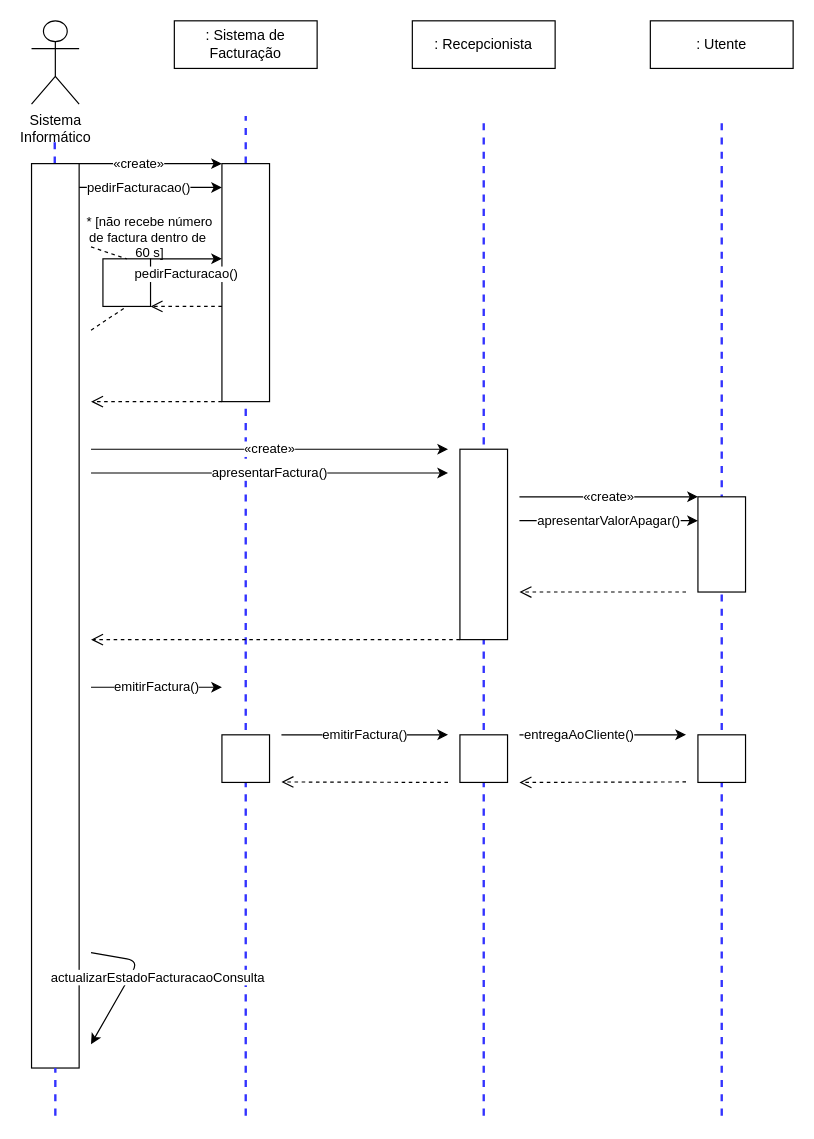
This is page "Facturação" (1 of 2) of Diagramas de Sequência - Atribuir Vaga e Facturação.drawio from carlan92/Hospital_Management_System, a draw.io file, before an edit. Source tidied: cells renumbered, new cells numbered last; positions are measured from the earlier drawing's top-left corner, leaving out a move shared by most shapes. Both pictures are drawn from the tidied source at 119%, with x=0, y=0 at pixel (31, 20).
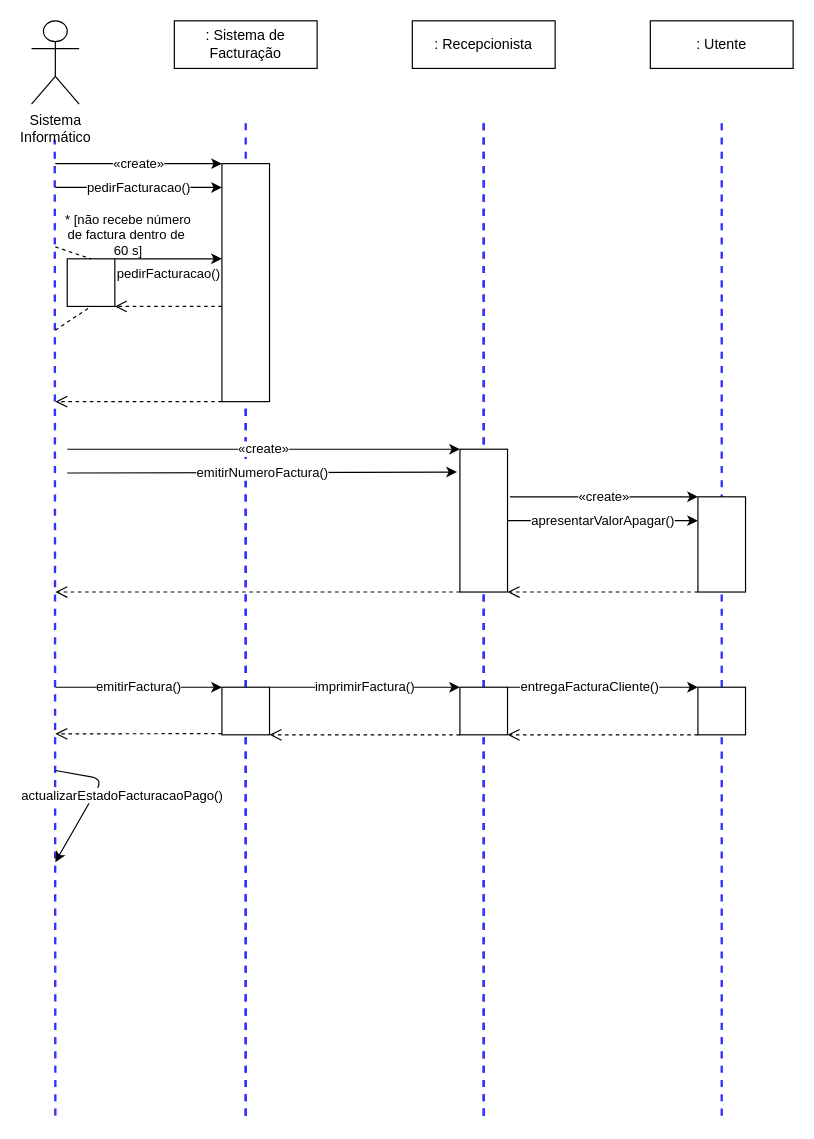
The same page after the edit.

Commit message:
#1 diagrama de sequencia facturação e vagas

The change refers to these unchanged cells:
```xml
<mxCell id="11" style="rounded=0;whiteSpace=wrap;html=1;" parent="1" vertex="1">
  <mxGeometry x="160" y="120" width="40" height="200" as="geometry" />
</mxCell>
<mxCell id="20" style="rounded=0;whiteSpace=wrap;html=1;" parent="1" vertex="1">
  <mxGeometry x="560" y="400" width="40" height="80" as="geometry" />
</mxCell>
```

What changed in the source:
```diff
@@
+    <mxCell id="39" style="endArrow=none;dashed=1;html=1;strokeWidth=2;fillColor=#dae8fc;strokeColor=#3333FF;" parent="1" edge="1">
+      <mxGeometry relative="1" as="geometry">
+        <mxPoint x="380" y="920" as="sourcePoint" />
+        <mxPoint x="380" y="80" as="targetPoint" />
+      </mxGeometry>
+    </mxCell>
+    <mxCell id="40" style="endArrow=none;dashed=1;html=1;strokeWidth=2;fillColor=#dae8fc;strokeColor=#3333FF;" parent="1" edge="1">
+      <mxGeometry relative="1" as="geometry">
+        <mxPoint x="180" y="920" as="sourcePoint" />
+        <mxPoint x="180" y="80" as="targetPoint" />
+      </mxGeometry>
+    </mxCell>
-    <mxCell id="2" style="endArrow=none;dashed=1;html=1;strokeWidth=2;fillColor=#dae8fc;strokeColor=#3333FF;" parent="1" edge="1" source="25">
+    <mxCell id="2" style="endArrow=none;dashed=1;html=1;strokeWidth=2;fillColor=#dae8fc;strokeColor=#3333FF;" parent="1" edge="1">
       <mxGeometry relative="1" as="geometry">
+        <mxPoint x="20" y="920" as="sourcePoint" />
         <mxPoint x="19.5" y="100" as="targetPoint" />
       </mxGeometry>
     </mxCell>
@@
-    <mxCell id="7" style="endArrow=none;dashed=1;html=1;strokeWidth=2;fillColor=#dae8fc;strokeColor=#3333FF;" parent="1" edge="1" source="11">
-      <mxGeometry relative="1" as="geometry">
-        <mxPoint x="180" y="80" as="targetPoint" />
-      </mxGeometry>
-    </mxCell>
@@
     <mxCell id="13" style="rounded=0;whiteSpace=wrap;html=1;" parent="1" vertex="1">
-      <mxGeometry x="60" y="200" width="40" height="40" as="geometry" />
+      <mxGeometry x="30" y="200" width="40" height="40" as="geometry" />
     </mxCell>
@@
     <mxCell id="15" style="endArrow=open;dashed=1;html=1;strokeColor=#000000;strokeWidth=1;endFill=0;endSize=8;startSize=8;exitX=0;exitY=1;exitDx=0;exitDy=0;" parent="1" edge="1">
       <mxGeometry relative="1" as="geometry">
         <mxPoint x="160" y="320" as="sourcePoint" />
-        <mxPoint x="50" y="320" as="targetPoint" />
+        <mxPoint x="20" y="320" as="targetPoint" />
       </mxGeometry>
     </mxCell>
-    <mxCell id="16" value="«create»" style="endArrow=classic;html=1;strokeWidth=1;" parent="1" edge="1">
+    <mxCell id="16" value="«create»" style="endArrow=classic;html=1;strokeWidth=1;entryX=0;entryY=0;entryDx=0;entryDy=0;" parent="1" edge="1" target="17">
       <mxGeometry relative="1" as="geometry">
-        <mxPoint x="50" y="360" as="sourcePoint" />
-        <mxPoint x="350" y="360" as="targetPoint" />
+        <mxPoint x="30" y="360" as="sourcePoint" />
       </mxGeometry>
     </mxCell>
     <mxCell id="17" style="rounded=0;whiteSpace=wrap;html=1;" parent="1" vertex="1">
-      <mxGeometry x="360" y="360" width="40" height="160" as="geometry" />
+      <mxGeometry x="360" y="360" width="40" height="120" as="geometry" />
     </mxCell>
-    <mxCell id="18" value="apresentarFactura()" style="endArrow=classic;html=1;strokeWidth=1;" parent="1" edge="1">
+    <mxCell id="18" value="emitirNumeroFactura()" style="endArrow=classic;html=1;strokeWidth=1;entryX=-0.062;entryY=0.16;entryDx=0;entryDy=0;entryPerimeter=0;" parent="1" edge="1" target="17">
       <mxGeometry relative="1" as="geometry">
-        <mxPoint x="50" y="380" as="sourcePoint" />
-        <mxPoint x="350" y="380" as="targetPoint" />
+        <mxPoint x="30" y="380" as="sourcePoint" />
       </mxGeometry>
     </mxCell>
     <mxCell id="19" value="«create»" style="endArrow=classic;html=1;strokeWidth=1;entryX=0;entryY=0;entryDx=0;entryDy=0;" parent="1" edge="1" target="20">
       <mxGeometry relative="1" as="geometry">
-        <mxPoint x="410" y="400" as="sourcePoint" />
+        <mxPoint x="402" y="400" as="sourcePoint" />
       </mxGeometry>
     </mxCell>
@@
-    <mxCell id="21" value="apresentarValorApagar()" style="endArrow=classic;html=1;strokeWidth=1;entryX=0;entryY=0;entryDx=0;entryDy=0;" parent="1" edge="1">
+    <mxCell id="21" value="apresentarValorApagar()" style="endArrow=classic;html=1;strokeWidth=1;entryX=0;entryY=0;entryDx=0;entryDy=0;exitX=1;exitY=0.5;exitDx=0;exitDy=0;" parent="1" edge="1" source="17">
       <mxGeometry relative="1" as="geometry">
-        <mxPoint x="410" y="420" as="sourcePoint" />
         <mxPoint x="560" y="420" as="targetPoint" />
       </mxGeometry>
     </mxCell>
-    <mxCell id="22" style="endArrow=open;dashed=1;html=1;strokeColor=#000000;strokeWidth=1;endFill=0;endSize=8;startSize=8;" parent="1" edge="1">
-      <mxGeometry relative="1" as="geometry">
-        <mxPoint x="550" y="480" as="sourcePoint" />
-        <mxPoint x="410" y="480" as="targetPoint" />
-      </mxGeometry>
+    <mxCell id="22" style="endArrow=open;dashed=1;html=1;strokeColor=#000000;strokeWidth=1;endFill=0;endSize=8;startSize=8;entryX=1;entryY=1;entryDx=0;entryDy=0;exitX=0;exitY=1;exitDx=0;exitDy=0;" parent="1" edge="1" source="20" target="17">
+      <mxGeometry relative="1" as="geometry" />
     </mxCell>
     <mxCell id="23" value="* [não recebe número&lt;br&gt;de factura dentro de&amp;nbsp;&lt;br&gt;60 s]" style="endArrow=none;dashed=1;html=1;strokeColor=#000000;strokeWidth=1;entryX=0.5;entryY=0;entryDx=0;entryDy=0;labelBackgroundColor=none;" parent="1" edge="1" target="13">
-      <mxGeometry x="1" y="26" relative="1" as="geometry">
-        <mxPoint x="50" y="190" as="sourcePoint" />
-        <mxPoint x="10" y="7" as="offset" />
+      <mxGeometry x="1" y="36" relative="1" as="geometry">
+        <mxPoint x="20" y="190" as="sourcePoint" />
+        <mxPoint x="19" y="14" as="offset" />
       </mxGeometry>
     </mxCell>
     <mxCell id="24" style="endArrow=none;dashed=1;html=1;strokeColor=#000000;strokeWidth=1;entryX=0.5;entryY=1;entryDx=0;entryDy=0;" parent="1" edge="1" target="13">
       <mxGeometry relative="1" as="geometry">
-        <mxPoint x="50" y="260" as="sourcePoint" />
+        <mxPoint x="20" y="260" as="sourcePoint" />
       </mxGeometry>
     </mxCell>
-    <mxCell id="25" style="rounded=0;whiteSpace=wrap;html=1;" parent="1" vertex="1">
-      <mxGeometry y="120" width="40" height="760" as="geometry" />
-    </mxCell>
-    <mxCell id="26" style="endArrow=none;dashed=1;html=1;strokeWidth=2;fillColor=#dae8fc;strokeColor=#3333FF;" parent="1" edge="1" target="25">
-      <mxGeometry relative="1" as="geometry">
-        <mxPoint x="20" y="920" as="sourcePoint" />
-      </mxGeometry>
-    </mxCell>
@@
-    <mxCell id="28" style="endArrow=open;dashed=1;html=1;strokeColor=#000000;strokeWidth=1;endFill=0;endSize=8;startSize=8;entryX=1;entryY=1;entryDx=0;entryDy=0;" parent="1" edge="1">
+    <mxCell id="28" style="endArrow=open;dashed=1;html=1;strokeColor=#000000;strokeWidth=1;endFill=0;endSize=8;startSize=8;entryX=1;entryY=1;entryDx=0;entryDy=0;" parent="1" edge="1" target="13">
       <mxGeometry relative="1" as="geometry">
         <mxPoint x="160" y="240" as="sourcePoint" />
-        <mxPoint x="100" y="240" as="targetPoint" />
       </mxGeometry>
     </mxCell>
     <mxCell id="29" style="endArrow=open;dashed=1;html=1;strokeColor=#000000;strokeWidth=1;endFill=0;endSize=8;startSize=8;exitX=0;exitY=1;exitDx=0;exitDy=0;" parent="1" edge="1">
       <mxGeometry relative="1" as="geometry">
-        <mxPoint x="360" y="520" as="sourcePoint" />
-        <mxPoint x="50" y="520" as="targetPoint" />
+        <mxPoint x="360" y="480" as="sourcePoint" />
+        <mxPoint x="20" y="480" as="targetPoint" />
       </mxGeometry>
     </mxCell>
-    <mxCell id="30" value="actualizarEstadoFacturacaoConsulta" style="endArrow=classic;html=1;strokeWidth=1;" parent="1" edge="1">
+    <mxCell id="30" value="actualizarEstadoFacturacaoPago()" style="endArrow=classic;html=1;strokeWidth=1;" parent="1" edge="1">
       <mxGeometry x="0.01" y="-69" relative="1" as="geometry">
-        <mxPoint x="50" y="783" as="sourcePoint" />
-        <mxPoint x="50" y="860" as="targetPoint" />
+        <mxPoint x="20" y="630" as="sourcePoint" />
+        <mxPoint x="20" y="707" as="targetPoint" />
         <Array as="points">
-          <mxPoint x="90" y="790" />
+          <mxPoint x="60" y="637" />
         </Array>
         <mxPoint x="86" y="31" as="offset" />
       </mxGeometry>
     </mxCell>
-    <mxCell id="31" value="emitirFactura()" style="endArrow=classic;html=1;strokeWidth=1;" parent="1" edge="1">
+    <mxCell id="31" value="emitirFactura()" style="endArrow=classic;html=1;strokeWidth=1;entryX=0;entryY=0;entryDx=0;entryDy=0;" parent="1" edge="1" target="37">
       <mxGeometry relative="1" as="geometry">
-        <mxPoint x="50" y="560" as="sourcePoint" />
-        <mxPoint x="160" y="560" as="targetPoint" />
+        <mxPoint x="20" y="560" as="sourcePoint" />
       </mxGeometry>
     </mxCell>
-    <mxCell id="32" value="emitirFactura()" style="endArrow=classic;html=1;strokeWidth=1;" parent="1" edge="1">
-      <mxGeometry relative="1" as="geometry">
-        <mxPoint x="210" y="600" as="sourcePoint" />
-        <mxPoint x="350" y="600" as="targetPoint" />
-      </mxGeometry>
+    <mxCell id="32" value="imprimirFactura()" style="endArrow=classic;html=1;strokeWidth=1;entryX=0;entryY=0;entryDx=0;entryDy=0;exitX=1;exitY=0;exitDx=0;exitDy=0;" parent="1" edge="1" source="37" target="33">
+      <mxGeometry relative="1" as="geometry" />
     </mxCell>
     <mxCell id="33" style="rounded=0;whiteSpace=wrap;html=1;" parent="1" vertex="1">
-      <mxGeometry x="360" y="600" width="40" height="40" as="geometry" />
+      <mxGeometry x="360" y="560" width="40" height="40" as="geometry" />
     </mxCell>
-    <mxCell id="34" style="endArrow=open;dashed=1;html=1;strokeColor=#000000;strokeWidth=1;endFill=0;endSize=8;startSize=8;" parent="1" edge="1">
-      <mxGeometry relative="1" as="geometry">
-        <mxPoint x="350" y="640" as="sourcePoint" />
-        <mxPoint x="210" y="639.6" as="targetPoint" />
-      </mxGeometry>
+    <mxCell id="34" style="endArrow=open;dashed=1;html=1;strokeColor=#000000;strokeWidth=1;endFill=0;endSize=8;startSize=8;entryX=1;entryY=1;entryDx=0;entryDy=0;exitX=0;exitY=1;exitDx=0;exitDy=0;" parent="1" edge="1" source="33" target="37">
+      <mxGeometry relative="1" as="geometry" />
     </mxCell>
-    <mxCell id="35" value="entregaAoCliente()" style="endArrow=classic;html=1;strokeWidth=1;" parent="1" edge="1">
-      <mxGeometry x="-0.29" relative="1" as="geometry">
-        <mxPoint x="410" y="600" as="sourcePoint" />
-        <mxPoint x="550" y="600" as="targetPoint" />
-      </mxGeometry>
+    <mxCell id="35" value="entregaFacturaCliente()" style="endArrow=classic;html=1;strokeWidth=1;entryX=0;entryY=0;entryDx=0;entryDy=0;exitX=1;exitY=0;exitDx=0;exitDy=0;" parent="1" edge="1" source="33" target="38">
+      <mxGeometry x="-0.14" relative="1" as="geometry" />
     </mxCell>
-    <mxCell id="36" style="endArrow=open;dashed=1;html=1;strokeColor=#000000;strokeWidth=1;endFill=0;endSize=8;startSize=8;exitX=0;exitY=1;exitDx=0;exitDy=0;" parent="1" edge="1">
-      <mxGeometry relative="1" as="geometry">
-        <mxPoint x="550" y="639.6" as="sourcePoint" />
-        <mxPoint x="410" y="640" as="targetPoint" />
-      </mxGeometry>
+    <mxCell id="36" style="endArrow=open;dashed=1;html=1;strokeColor=#000000;strokeWidth=1;endFill=0;endSize=8;startSize=8;exitX=0;exitY=1;exitDx=0;exitDy=0;entryX=1;entryY=1;entryDx=0;entryDy=0;" parent="1" edge="1" source="38" target="33">
+      <mxGeometry relative="1" as="geometry" />
     </mxCell>
     <mxCell id="37" style="rounded=0;whiteSpace=wrap;html=1;" parent="1" vertex="1">
-      <mxGeometry x="160" y="600" width="40" height="40" as="geometry" />
+      <mxGeometry x="160" y="560" width="40" height="40" as="geometry" />
     </mxCell>
     <mxCell id="38" style="rounded=0;whiteSpace=wrap;html=1;" parent="1" vertex="1">
-      <mxGeometry x="560" y="600" width="40" height="40" as="geometry" />
+      <mxGeometry x="560" y="560" width="40" height="40" as="geometry" />
     </mxCell>
+    <mxCell id="41" style="endArrow=open;dashed=1;html=1;strokeColor=#000000;strokeWidth=1;endFill=0;endSize=8;startSize=8;" parent="1" edge="1">
+      <mxGeometry relative="1" as="geometry">
+        <mxPoint x="160" y="599" as="sourcePoint" />
+        <mxPoint x="20" y="599.2" as="targetPoint" />
+      </mxGeometry>
+    </mxCell>
```
